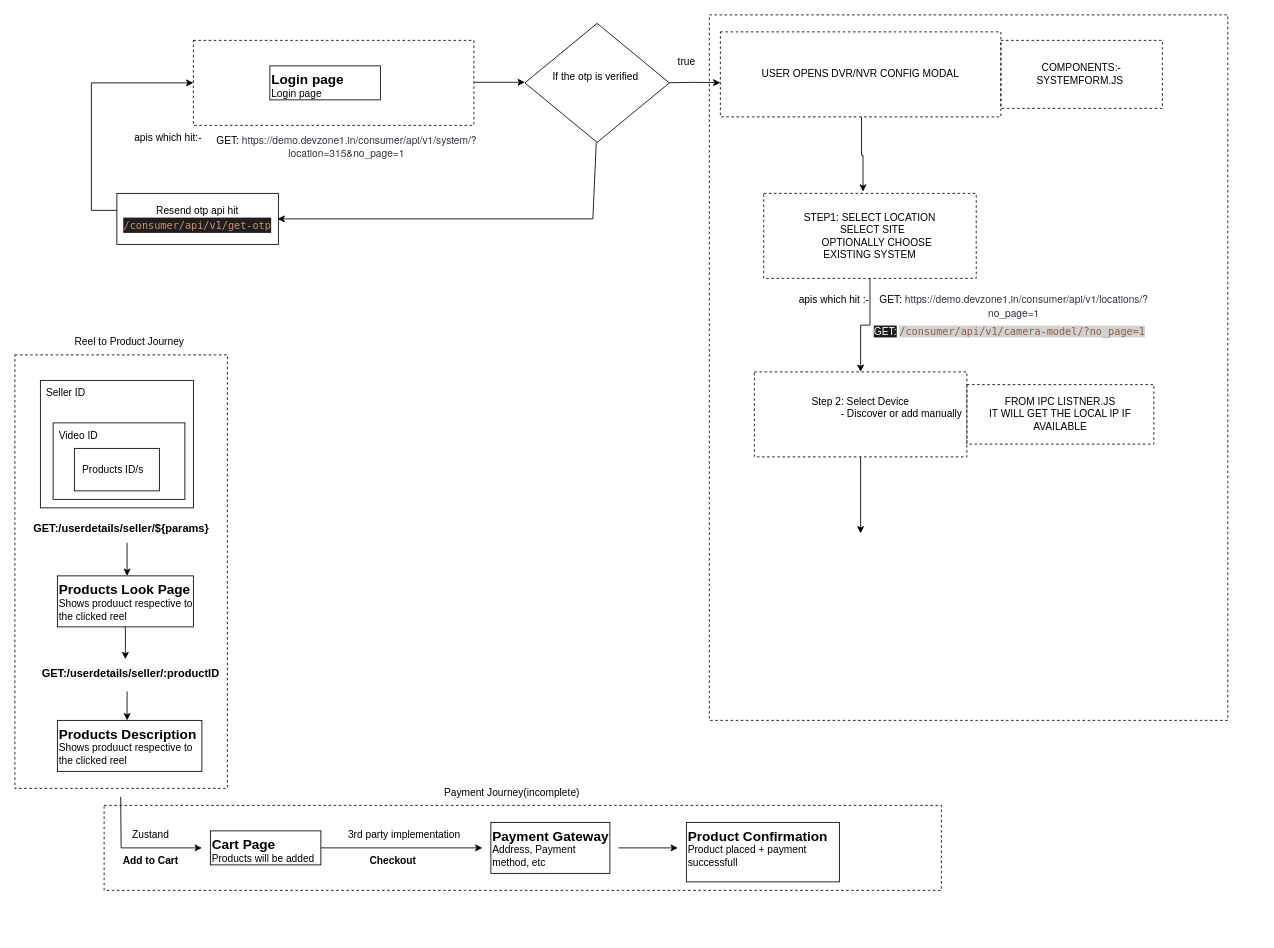
VishalJx/Draw.io keeps this draw.io diagram as page "Page-5" (5 of 5) of Untitled Diagram.drawio. Above is the earlier version. Source tidied: cells renumbered, new cells numbered last; positions are measured from the earlier drawing's top-left corner, leaving out a move shared by most shapes. Both pictures are drawn from the tidied source at 85%, with x=0, y=0 at pixel (14, 14).
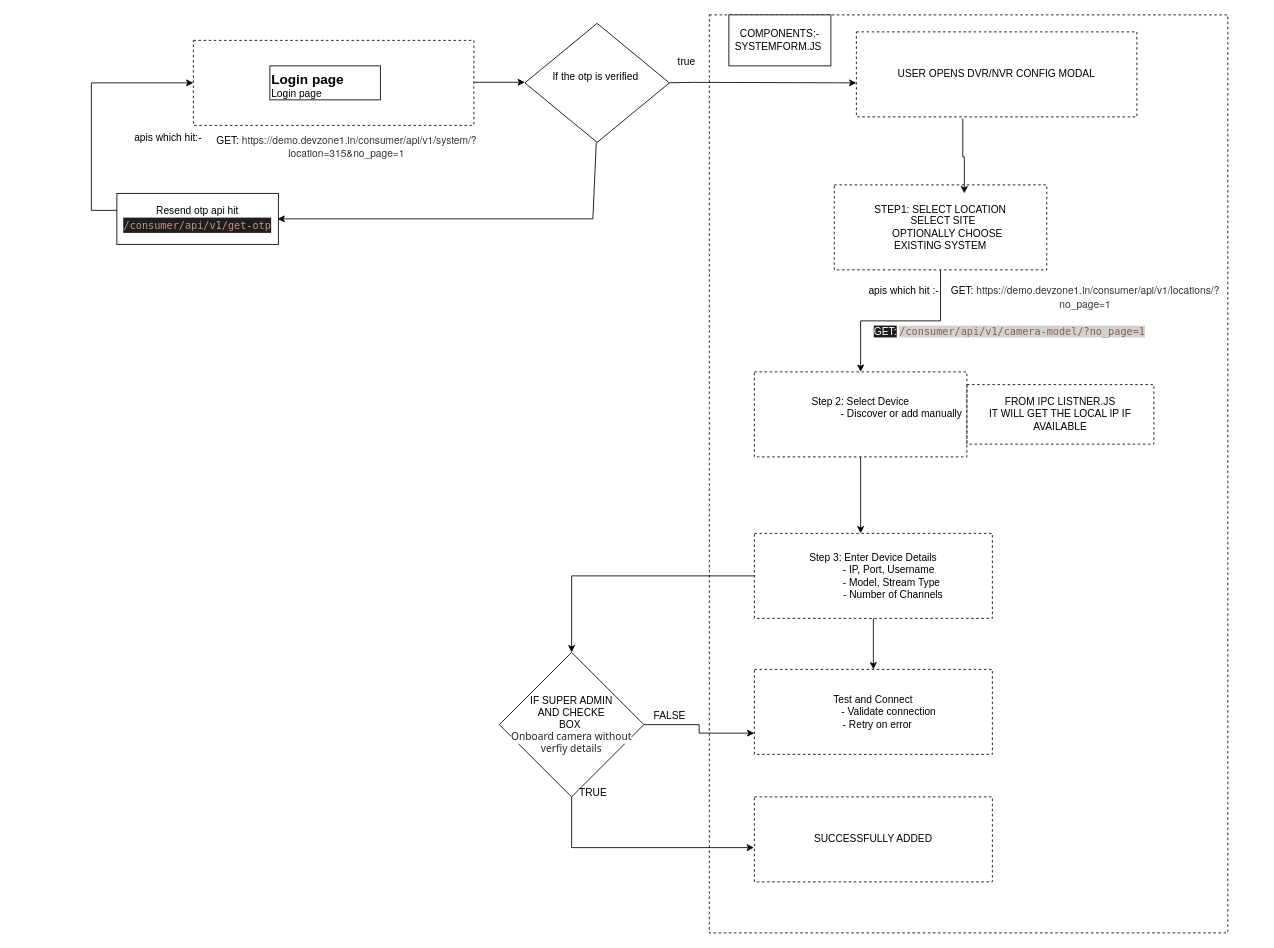
Above is the later version.

Change to the diagram source:
```diff
@@
     <mxCell id="2" style="rounded=0;whiteSpace=wrap;html=1;dashed=1;fillColor=none;" parent="1" vertex="1">
-      <mxGeometry x="817" width="610" height="830" as="geometry" />
+      <mxGeometry x="817" width="610" height="1080" as="geometry" />
     </mxCell>
-    <mxCell id="3" style="rounded=0;whiteSpace=wrap;html=1;fillColor=none;dashed=1;" parent="1" vertex="1">
-      <mxGeometry x="105" y="930" width="985" height="100" as="geometry" />
-    </mxCell>
-    <mxCell id="4" style="rounded=0;whiteSpace=wrap;html=1;dashed=1;fillColor=none;" parent="1" vertex="1">
-      <mxGeometry y="400" width="250" height="510" as="geometry" />
-    </mxCell>
-    <mxCell id="5" style="rounded=0;whiteSpace=wrap;html=1;fillColor=none;" parent="1" vertex="1">
-      <mxGeometry x="30" y="430" width="180" height="150" as="geometry" />
-    </mxCell>
@@
-    <object id="9" label="&lt;font style=&quot;font-size: 16px&quot;&gt;&lt;b&gt;&lt;div style=&quot;text-align: left&quot;&gt;%c4Name%&lt;/div&gt;&lt;/b&gt;&lt;/font&gt;&lt;div style=&quot;text-align: left&quot;&gt;%c4Description%&lt;/div&gt;" c4Description="Products will be added" c4Name="Cart Page" placeholders="1">
-      <mxCell style="text;html=1;strokeColor=default;fillColor=none;align=left;verticalAlign=top;whiteSpace=wrap;rounded=0;" parent="1" vertex="1">
-        <mxGeometry x="230" y="960" width="130" height="40" as="geometry" />
-      </mxCell>
-    </object>
-    <mxCell id="10" value="Seller ID" style="text;html=1;align=center;verticalAlign=middle;whiteSpace=wrap;rounded=0;" parent="1" vertex="1">
-      <mxGeometry x="30" y="430" width="60" height="30" as="geometry" />
-    </mxCell>
-    <mxCell id="11" style="rounded=0;whiteSpace=wrap;html=1;" parent="1" vertex="1">
-      <mxGeometry x="45" y="480" width="155" height="90" as="geometry" />
-    </mxCell>
-    <mxCell id="12" value="Video ID" style="text;html=1;align=center;verticalAlign=middle;whiteSpace=wrap;rounded=0;" parent="1" vertex="1">
-      <mxGeometry x="45" y="480" width="60" height="30" as="geometry" />
-    </mxCell>
-    <mxCell id="13" style="rounded=0;whiteSpace=wrap;html=1;" parent="1" vertex="1">
-      <mxGeometry x="70" y="510" width="100" height="50" as="geometry" />
-    </mxCell>
-    <mxCell id="14" value="Products ID/s" style="text;html=1;align=center;verticalAlign=middle;whiteSpace=wrap;rounded=0;" parent="1" vertex="1">
-      <mxGeometry x="77.5" y="520" width="75" height="30" as="geometry" />
-    </mxCell>
-    <mxCell id="15" value="&lt;b&gt;&lt;font style=&quot;font-size: 13px;&quot;&gt;GET:/userdetails/seller/${params}&lt;/font&gt;&lt;/b&gt;" style="text;html=1;align=left;verticalAlign=top;whiteSpace=wrap;rounded=0;" parent="1" vertex="1">
-      <mxGeometry x="20" y="590" width="190" height="30" as="geometry" />
-    </mxCell>
-    <mxCell id="16" style="endArrow=classic;html=1;rounded=0;exitX=0.537;exitY=1.033;exitDx=0;exitDy=0;exitPerimeter=0;" parent="1" edge="1">
-      <mxGeometry relative="1" as="geometry">
-        <mxPoint x="132" y="621" as="sourcePoint" />
-        <mxPoint x="132" y="660" as="targetPoint" />
-      </mxGeometry>
-    </mxCell>
-    <object id="17" label="&lt;font style=&quot;font-size: 16px&quot;&gt;&lt;b&gt;&lt;div style=&quot;text-align: left&quot;&gt;%c4Name%&lt;/div&gt;&lt;/b&gt;&lt;/font&gt;&lt;div style=&quot;text-align: left&quot;&gt;%c4Description%&lt;/div&gt;" c4Description="Shows produuct respective to the clicked reel" c4Name="Products Look Page" placeholders="1">
-      <mxCell style="text;html=1;strokeColor=default;fillColor=none;align=left;verticalAlign=top;whiteSpace=wrap;rounded=0;" parent="1" vertex="1">
-        <mxGeometry x="50" y="660" width="160" height="60" as="geometry" />
-      </mxCell>
-    </object>
-    <object id="18" label="&lt;font style=&quot;font-size: 16px&quot;&gt;&lt;b&gt;&lt;div style=&quot;text-align: left&quot;&gt;%c4Name%&lt;/div&gt;&lt;/b&gt;&lt;/font&gt;&lt;div style=&quot;text-align: left&quot;&gt;%c4Description%&lt;/div&gt;" c4Description="Shows produuct respective to the clicked reel" c4Name="Products Description" placeholders="1">
-      <mxCell style="text;html=1;strokeColor=default;fillColor=none;align=left;verticalAlign=top;whiteSpace=wrap;rounded=0;" parent="1" vertex="1">
-        <mxGeometry x="50" y="830" width="170" height="60" as="geometry" />
-      </mxCell>
-    </object>
-    <mxCell id="19" value="&lt;b style=&quot;forced-color-adjust: none; color: rgb(0, 0, 0); font-family: Helvetica; font-size: 12px; font-style: normal; font-variant-ligatures: normal; font-variant-caps: normal; letter-spacing: normal; orphans: 2; text-align: left; text-indent: 0px; text-transform: none; widows: 2; word-spacing: 0px; -webkit-text-stroke-width: 0px; white-space: normal; background-color: rgb(251, 251, 251); text-decoration-thickness: initial; text-decoration-style: initial; text-decoration-color: initial;&quot;&gt;&lt;font style=&quot;forced-color-adjust: none; font-size: 13px;&quot;&gt;GET:/userdetails/seller/:productID&lt;/font&gt;&lt;/b&gt;" style="text;whiteSpace=wrap;html=1;" parent="1" vertex="1">
-      <mxGeometry x="30" y="760" width="240" height="40" as="geometry" />
-    </mxCell>
-    <mxCell id="20" style="endArrow=classic;html=1;rounded=0;exitX=0.425;exitY=0.9;exitDx=0;exitDy=0;exitPerimeter=0;" parent="1" edge="1" source="19">
-      <mxGeometry relative="1" as="geometry">
-        <mxPoint x="132" y="830" as="targetPoint" />
-      </mxGeometry>
-    </mxCell>
-    <mxCell id="21" style="endArrow=classic;html=1;rounded=0;" parent="1" edge="1">
-      <mxGeometry relative="1" as="geometry">
-        <mxPoint x="130" y="720" as="sourcePoint" />
-        <mxPoint x="130" y="758" as="targetPoint" />
-      </mxGeometry>
-    </mxCell>
-    <mxCell id="22" value="Reel to Product Journey" style="text;html=1;align=center;verticalAlign=middle;whiteSpace=wrap;rounded=0;" parent="1" vertex="1">
-      <mxGeometry x="60" y="370" width="150" height="30" as="geometry" />
-    </mxCell>
-    <mxCell id="23" style="endArrow=classic;html=1;rounded=0;exitX=0.5;exitY=1;exitDx=0;exitDy=0;" parent="1" edge="1">
-      <mxGeometry relative="1" as="geometry">
-        <mxPoint x="124.5" y="920" as="sourcePoint" />
-        <mxPoint x="220" y="980" as="targetPoint" />
-        <Array as="points">
-          <mxPoint x="125" y="980" />
-        </Array>
-      </mxGeometry>
-    </mxCell>
-    <mxCell id="24" value="&lt;b&gt;Add to Cart&lt;/b&gt;" style="text;html=1;align=center;verticalAlign=middle;whiteSpace=wrap;rounded=0;" parent="1" vertex="1">
-      <mxGeometry x="120" y="980" width="80" height="30" as="geometry" />
-    </mxCell>
-    <mxCell id="25" style="endArrow=classic;html=1;rounded=0;" parent="1" edge="1">
-      <mxGeometry relative="1" as="geometry">
-        <mxPoint x="360" y="980" as="sourcePoint" />
-        <mxPoint x="550" y="980" as="targetPoint" />
-      </mxGeometry>
-    </mxCell>
-    <mxCell id="26" value="&lt;b&gt;Checkout&lt;/b&gt;" style="text;html=1;align=center;verticalAlign=middle;whiteSpace=wrap;rounded=0;" parent="1" vertex="1">
-      <mxGeometry x="415" y="980" width="60" height="30" as="geometry" />
-    </mxCell>
-    <object id="27" label="&lt;font style=&quot;font-size: 16px&quot;&gt;&lt;b&gt;&lt;div style=&quot;text-align: left&quot;&gt;%c4Name%&lt;/div&gt;&lt;/b&gt;&lt;/font&gt;&lt;div style=&quot;text-align: left&quot;&gt;%c4Description%&lt;/div&gt;" c4Description="Address, Payment method, etc" c4Name="Payment Gateway" placeholders="1">
-      <mxCell style="text;html=1;strokeColor=default;fillColor=none;align=left;verticalAlign=top;whiteSpace=wrap;rounded=0;" parent="1" vertex="1">
-        <mxGeometry x="560" y="950" width="140" height="60" as="geometry" />
-      </mxCell>
-    </object>
-    <mxCell id="28" value="Payment Journey(incomplete)" style="text;html=1;align=center;verticalAlign=middle;whiteSpace=wrap;rounded=0;" parent="1" vertex="1">
-      <mxGeometry x="480" y="900" width="210" height="30" as="geometry" />
-    </mxCell>
-    <mxCell id="29" style="endArrow=classic;html=1;rounded=0;" parent="1" edge="1">
-      <mxGeometry relative="1" as="geometry">
-        <mxPoint x="710" y="980" as="sourcePoint" />
-        <mxPoint x="780" y="980" as="targetPoint" />
-      </mxGeometry>
-    </mxCell>
-    <object id="30" label="&lt;font style=&quot;font-size: 16px&quot;&gt;&lt;b&gt;&lt;div style=&quot;text-align: left&quot;&gt;%c4Name%&lt;/div&gt;&lt;/b&gt;&lt;/font&gt;&lt;div style=&quot;text-align: left&quot;&gt;%c4Description%&lt;/div&gt;" c4Description="Product placed + payment successfull" c4Name="Product Confirmation" placeholders="1">
-      <mxCell style="text;html=1;strokeColor=default;fillColor=none;align=left;verticalAlign=top;whiteSpace=wrap;rounded=0;" parent="1" vertex="1">
-        <mxGeometry x="790" y="950" width="180" height="70" as="geometry" />
-      </mxCell>
-    </object>
-    <mxCell id="31" value="3rd party implementation&amp;nbsp;" style="text;html=1;align=center;verticalAlign=middle;whiteSpace=wrap;rounded=0;" parent="1" vertex="1">
-      <mxGeometry x="390" y="950" width="140" height="30" as="geometry" />
-    </mxCell>
-    <mxCell id="32" value="Zustand" style="text;html=1;align=center;verticalAlign=middle;whiteSpace=wrap;rounded=0;" parent="1" vertex="1">
-      <mxGeometry x="130" y="950" width="60" height="30" as="geometry" />
-    </mxCell>
-    <mxCell id="33" value="If the otp is verified&amp;nbsp;&lt;div&gt;&lt;br/&gt;&lt;/div&gt;" style="rhombus;whiteSpace=wrap;html=1;" parent="1" vertex="1">
+    <mxCell id="33" value="If the otp is verified&amp;nbsp;&lt;div&gt;&lt;br/&gt;&lt;/div&gt;" style="rhombus;whiteSpace=wrap;html=1;strokeColor=default;align=center;verticalAlign=middle;fontFamily=Helvetica;fontSize=12;fontColor=default;fillColor=default;" parent="1" vertex="1">
       <mxGeometry x="600" y="10" width="170" height="140" as="geometry" />
     </mxCell>
     <mxCell id="34" style="edgeStyle=orthogonalEdgeStyle;rounded=0;orthogonalLoop=1;jettySize=auto;html=1;entryX=0.463;entryY=-0.021;entryDx=0;entryDy=0;entryPerimeter=0;" parent="1" edge="1">
       <mxGeometry relative="1" as="geometry">
-        <mxPoint x="996" y="120" as="sourcePoint" />
-        <mxPoint x="997.8" y="207.9" as="targetPoint" />
+        <mxPoint x="1115.2" y="122.1" as="sourcePoint" />
+        <mxPoint x="1117" y="210" as="targetPoint" />
         <Array as="points">
-          <mxPoint x="996" y="165" />
-          <mxPoint x="998" y="165" />
+          <mxPoint x="1115.2" y="167.1" />
+          <mxPoint x="1117.2" y="167.1" />
         </Array>
       </mxGeometry>
     </mxCell>
     <mxCell id="35" value="USER OPENS DVR/NVR CONFIG MODAL" style="rounded=0;whiteSpace=wrap;html=1;fillColor=none;dashed=1;" parent="1" vertex="1">
-      <mxGeometry x="830" y="20" width="330" height="100" as="geometry" />
+      <mxGeometry x="990" y="20" width="330" height="100" as="geometry" />
     </mxCell>
     <mxCell id="36" style="endArrow=classic;html=1;rounded=0;exitX=0.5;exitY=1;exitDx=0;exitDy=0;" parent="1" edge="1">
       <mxGeometry relative="1" as="geometry">
         <mxPoint x="770" y="79.8" as="sourcePoint" />
-        <mxPoint x="830" y="79.8" as="targetPoint" />
+        <mxPoint x="990" y="80" as="targetPoint" />
         <Array as="points">
           <mxPoint x="800" y="79.4" />
         </Array>
       </mxGeometry>
     </mxCell>
@@
     <mxCell id="44" value="STEP1: SELECT LOCATION&lt;br&gt;&amp;nbsp; SELECT SITE&lt;br&gt;&amp;nbsp; &amp;nbsp; &amp;nbsp; &amp;nbsp; &amp;nbsp; &amp;nbsp; &amp;nbsp; &amp;nbsp; &amp;nbsp; OPTIONALLY CHOOSE&amp;nbsp; &amp;nbsp; &amp;nbsp; &amp;nbsp; &amp;nbsp; &amp;nbsp; &amp;nbsp; EXISTING SYSTEM" style="rounded=0;whiteSpace=wrap;html=1;fillColor=none;dashed=1;" parent="1" vertex="1">
-      <mxGeometry x="881" y="210" width="250" height="100" as="geometry" />
+      <mxGeometry x="964" y="200" width="250" height="100" as="geometry" />
     </mxCell>
     <mxCell id="45" value="apis which hit :-" style="text;strokeColor=none;align=center;fillColor=none;html=1;verticalAlign=middle;whiteSpace=wrap;rounded=0;" parent="1" vertex="1">
-      <mxGeometry x="919" y="320" width="90" height="30" as="geometry" />
+      <mxGeometry x="1001" y="310" width="90" height="30" as="geometry" />
     </mxCell>
     <mxCell id="46" value="GET:&lt;b style=&quot;-webkit-text-stroke-color: rgb(47, 53, 60); text-wrap-mode: wrap; background-color: transparent; color: rgb(47, 53, 60); font-family: &amp;quot;Helvetica Neue&amp;quot;; text-align: start; text-indent: -36px;&quot;&gt;&amp;nbsp;&lt;/b&gt;&lt;span style=&quot;-webkit-text-stroke-color: rgb(47, 53, 60); text-wrap-mode: wrap; background-color: transparent; color: rgb(47, 53, 60); font-family: &amp;quot;Helvetica Neue&amp;quot;; text-align: start; text-indent: -36px;&quot;&gt;https://demo.devzone1.in/consumer/api/v1/locations/?no_page=1&lt;/span&gt;" style="text;html=1;align=center;verticalAlign=middle;strokeColor=none;fillColor=none;" parent="1" vertex="1">
-      <mxGeometry x="970" y="328" width="410" height="30" as="geometry" />
+      <mxGeometry x="1054" y="317" width="410" height="30" as="geometry" />
     </mxCell>
@@
-    <mxCell id="49" value="COMPONENTS:-SYSTEMFORM.JS&amp;nbsp;" style="rounded=0;whiteSpace=wrap;html=1;fillColor=none;dashed=1;" parent="1" vertex="1">
-      <mxGeometry x="1160" y="30" width="190" height="80" as="geometry" />
-    </mxCell>
@@
+    <mxCell id="53" style="edgeStyle=orthogonalEdgeStyle;rounded=0;jettySize=auto;html=1;exitX=0.5;exitY=1;exitDx=0;exitDy=0;entryX=0.5;entryY=0;entryDx=0;entryDy=0;" parent="1" edge="1" source="55" target="56">
+      <mxGeometry relative="1" as="geometry" />
+    </mxCell>
+    <mxCell id="54" style="edgeStyle=orthogonalEdgeStyle;rounded=0;jettySize=auto;html=1;entryX=-0.002;entryY=0.597;entryDx=0;entryDy=0;exitX=0.5;exitY=1;exitDx=0;exitDy=0;entryPerimeter=0;" parent="1" edge="1" source="60" target="57">
+      <mxGeometry relative="1" as="geometry">
+        <Array as="points">
+          <mxPoint x="655" y="980" />
+        </Array>
+      </mxGeometry>
+    </mxCell>
+    <mxCell id="55" value="&lt;div&gt;Step 3: Enter Device Details&lt;/div&gt;&lt;div&gt;&amp;nbsp; &amp;nbsp; &amp;nbsp; &amp;nbsp; &amp;nbsp; &amp;nbsp;- IP, Port, Username&lt;/div&gt;&lt;div&gt;&amp;nbsp; &amp;nbsp; &amp;nbsp; &amp;nbsp; &amp;nbsp; &amp;nbsp; &amp;nbsp;- Model, Stream Type&lt;/div&gt;&lt;div&gt;&amp;nbsp; &amp;nbsp; &amp;nbsp; &amp;nbsp; &amp;nbsp; &amp;nbsp; &amp;nbsp; - Number of Channels&lt;/div&gt;" style="rounded=0;whiteSpace=wrap;html=1;fillColor=none;dashed=1;" parent="1" vertex="1">
+      <mxGeometry x="870" y="610" width="280" height="100" as="geometry" />
+    </mxCell>
+    <mxCell id="56" value="Test and Connect&lt;br&gt;&amp;nbsp; &amp;nbsp; &amp;nbsp; &amp;nbsp; &amp;nbsp; &amp;nbsp;- Validate connection&lt;br&gt;&amp;nbsp; &amp;nbsp;- Retry on error" style="rounded=0;whiteSpace=wrap;html=1;fillColor=none;dashed=1;" parent="1" vertex="1">
+      <mxGeometry x="870" y="770" width="280" height="100" as="geometry" />
+    </mxCell>
+    <mxCell id="57" value="SUCCESSFULLY ADDED" style="rounded=0;whiteSpace=wrap;html=1;fillColor=none;dashed=1;" parent="1" vertex="1">
+      <mxGeometry x="870" y="920" width="280" height="100" as="geometry" />
+    </mxCell>
+    <mxCell id="58" style="edgeStyle=orthogonalEdgeStyle;rounded=0;jettySize=auto;html=1;entryX=0.5;entryY=0;entryDx=0;entryDy=0;" parent="1" edge="1" source="55" target="60">
+      <mxGeometry relative="1" as="geometry" />
+    </mxCell>
+    <mxCell id="59" style="edgeStyle=orthogonalEdgeStyle;rounded=0;jettySize=auto;html=1;exitX=1;exitY=0.5;exitDx=0;exitDy=0;entryX=0;entryY=0.75;entryDx=0;entryDy=0;" parent="1" edge="1" source="60" target="56">
+      <mxGeometry relative="1" as="geometry" />
+    </mxCell>
+    <mxCell id="60" value="IF SUPER ADMIN&lt;br&gt;AND CHECKE&lt;br&gt;BOX&amp;nbsp;&lt;br&gt;&lt;span style=&quot;color: rgb(33, 37, 41); font-family: system-ui; text-align: start; background-color: rgb(255, 255, 255);&quot;&gt;Onboard camera without verfiy details&lt;/span&gt;" style="rhombus;whiteSpace=wrap;html=1;strokeColor=default;align=center;verticalAlign=middle;fontFamily=Helvetica;fontSize=12;fontColor=default;fillColor=default;" parent="1" vertex="1">
+      <mxGeometry x="570" y="750" width="170" height="170" as="geometry" />
+    </mxCell>
+    <mxCell id="61" value="TRUE" style="text;html=1;align=center;verticalAlign=middle;strokeColor=none;fillColor=none;" parent="1" vertex="1">
+      <mxGeometry x="650" y="900" width="60" height="30" as="geometry" />
+    </mxCell>
+    <mxCell id="62" value="FALSE" style="text;html=1;align=center;verticalAlign=middle;strokeColor=none;fillColor=none;" parent="1" vertex="1">
+      <mxGeometry x="740" y="810" width="60" height="30" as="geometry" />
+    </mxCell>
+    <mxCell id="49" value="COMPONENTS:-SYSTEMFORM.JS&amp;nbsp;" style="rounded=0;whiteSpace=wrap;html=1;" parent="1" vertex="1">
+      <mxGeometry x="840" width="120" height="60" as="geometry" />
+    </mxCell>
```
